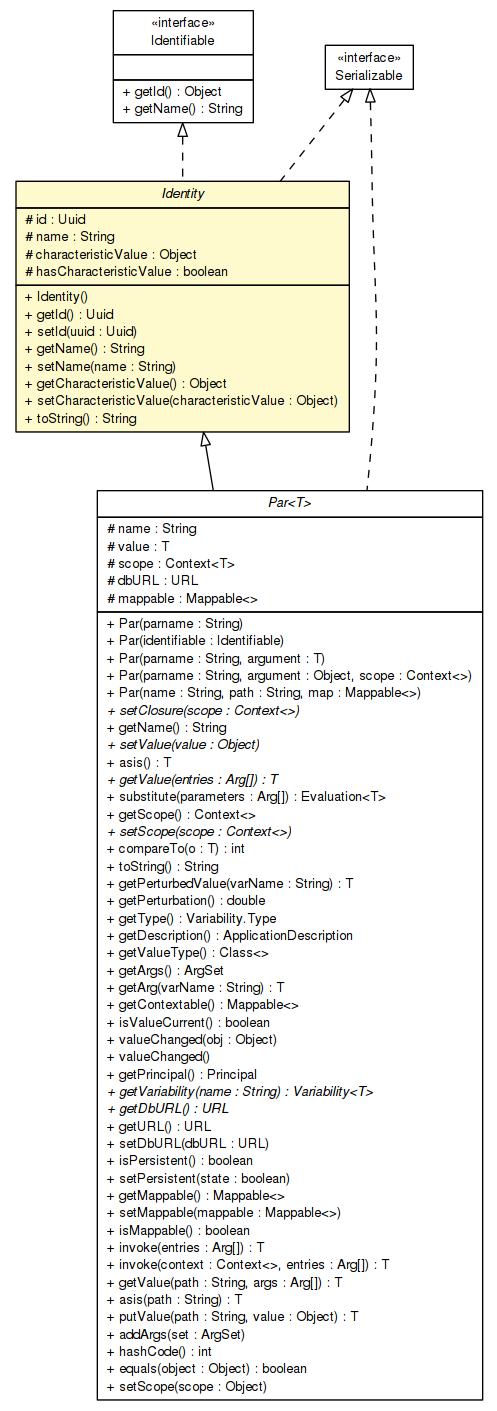
Above: apidocs/sorcer/service/Identity.png in sorcersoft/sorcersoft.github.io (Graphviz), before the change. Its source is kept beside it as apidocs/sorcer/service/Identity.dot.
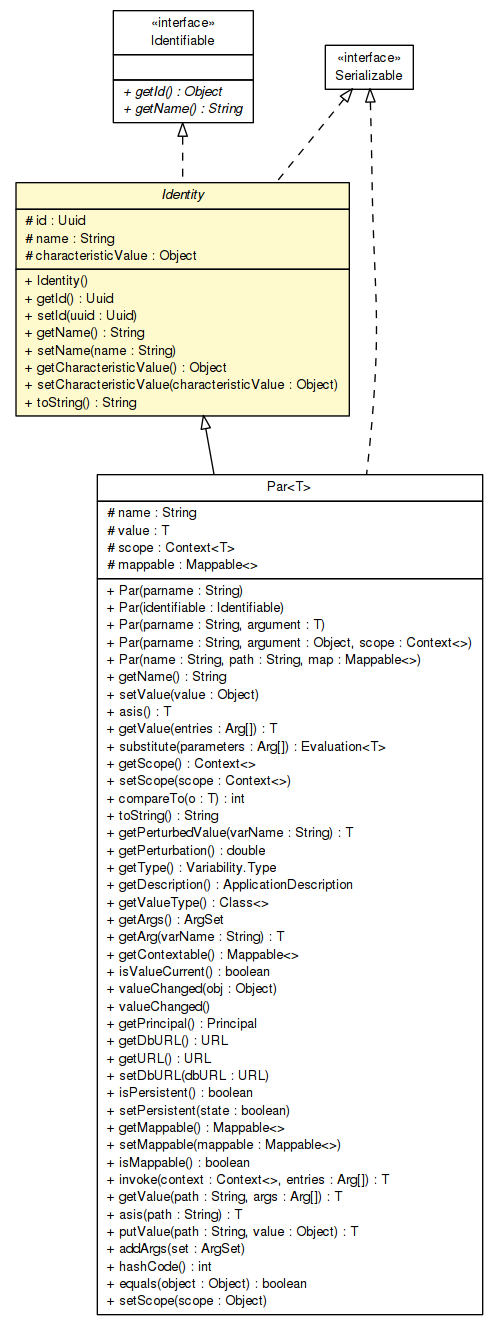
Above is the later version.

Diff of the diagram source:
```diff
@@ -4,7 +4,7 @@
 	node [fontname="Helvetica",fontsize=10,shape=plaintext];
 	nodesep=0.25;
 	ranksep=0.5;
-	c274441 [label=<<table title="sorcer.service.Identity" border="0" cellborder="1" cellspacing="0" cellpadding="2" port="p" bgcolor="lemonChiffon" href="./Identity.html">
+	c289632 [label=<<table title="sorcer.service.Identity" border="0" cellborder="1" cellspacing="0" cellpadding="2" port="p" bgcolor="lemonChiffon" href="./Identity.html">
 		<tr><td><table border="0" cellspacing="0" cellpadding="1">
 <tr><td align="center" balign="center"><font face="Helvetica-Oblique"> Identity </font></td></tr>
 		</table></td></tr>
@@ -12,7 +12,6 @@
 <tr><td align="left" balign="left"> # id : Uuid </td></tr>
 <tr><td align="left" balign="left"> # name : String </td></tr>
 <tr><td align="left" balign="left"> # characteristicValue : Object </td></tr>
-<tr><td align="left" balign="left"> # hasCharacteristicValue : boolean </td></tr>
 		</table></td></tr>
 		<tr><td><table border="0" cellspacing="0" cellpadding="1">
 <tr><td align="left" balign="left"> + Identity() </td></tr>
@@ -25,7 +24,7 @@
 <tr><td align="left" balign="left"> + toString() : String </td></tr>
 		</table></td></tr>
 		</table>>, URL="./Identity.html", fontname="Helvetica", fontcolor="black", fontsize=10.0];
-	c274446 [label=<<table title="sorcer.service.Identifiable" border="0" cellborder="1" cellspacing="0" cellpadding="2" port="p" href="./Identifiable.html">
+	c289644 [label=<<table title="sorcer.service.Identifiable" border="0" cellborder="1" cellspacing="0" cellpadding="2" port="p" href="./Identifiable.html">
 		<tr><td><table border="0" cellspacing="0" cellpadding="1">
 <tr><td align="center" balign="center"> &#171;interface&#187; </td></tr>
 <tr><td align="center" balign="center"> Identifiable </td></tr>
@@ -34,19 +33,18 @@
 <tr><td align="left" balign="left">  </td></tr>
 		</table></td></tr>
 		<tr><td><table border="0" cellspacing="0" cellpadding="1">
-<tr><td align="left" balign="left"> + getId() : Object </td></tr>
-<tr><td align="left" balign="left"> + getName() : String </td></tr>
+<tr><td align="left" balign="left"><font face="Helvetica-Oblique" point-size="10.0"> + getId() : Object </font></td></tr>
+<tr><td align="left" balign="left"><font face="Helvetica-Oblique" point-size="10.0"> + getName() : String </font></td></tr>
 		</table></td></tr>
 		</table>>, URL="./Identifiable.html", fontname="Helvetica", fontcolor="black", fontsize=10.0];
-	c274514 [label=<<table title="sorcer.core.context.model.par.Par" border="0" cellborder="1" cellspacing="0" cellpadding="2" port="p" href="../core/context/model/par/Par.html">
+	c289842 [label=<<table title="sorcer.core.context.model.par.Par" border="0" cellborder="1" cellspacing="0" cellpadding="2" port="p" href="../core/context/model/par/Par.html">
 		<tr><td><table border="0" cellspacing="0" cellpadding="1">
-<tr><td align="center" balign="center"><font face="Helvetica-Oblique"> Par&lt;T&gt; </font></td></tr>
+<tr><td align="center" balign="center"> Par&lt;T&gt; </td></tr>
 		</table></td></tr>
 		<tr><td><table border="0" cellspacing="0" cellpadding="1">
 <tr><td align="left" balign="left"> # name : String </td></tr>
 <tr><td align="left" balign="left"> # value : T </td></tr>
 <tr><td align="left" balign="left"> # scope : Context&lt;T&gt; </td></tr>
-<tr><td align="left" balign="left"> # dbURL : URL </td></tr>
 <tr><td align="left" balign="left"> # mappable : Mappable&lt;&gt; </td></tr>
 		</table></td></tr>
 		<tr><td><table border="0" cellspacing="0" cellpadding="1">
@@ -55,14 +53,13 @@
 <tr><td align="left" balign="left"> + Par(parname : String, argument : T) </td></tr>
 <tr><td align="left" balign="left"> + Par(parname : String, argument : Object, scope : Context&lt;&gt;) </td></tr>
 <tr><td align="left" balign="left"> + Par(name : String, path : String, map : Mappable&lt;&gt;) </td></tr>
-<tr><td align="left" balign="left"><font face="Helvetica-Oblique" point-size="10.0"> + setClosure(scope : Context&lt;&gt;) </font></td></tr>
 <tr><td align="left" balign="left"> + getName() : String </td></tr>
-<tr><td align="left" balign="left"><font face="Helvetica-Oblique" point-size="10.0"> + setValue(value : Object) </font></td></tr>
+<tr><td align="left" balign="left"> + setValue(value : Object) </td></tr>
 <tr><td align="left" balign="left"> + asis() : T </td></tr>
-<tr><td align="left" balign="left"><font face="Helvetica-Oblique" point-size="10.0"> + getValue(entries : Arg[]) : T </font></td></tr>
+<tr><td align="left" balign="left"> + getValue(entries : Arg[]) : T </td></tr>
 <tr><td align="left" balign="left"> + substitute(parameters : Arg[]) : Evaluation&lt;T&gt; </td></tr>
 <tr><td align="left" balign="left"> + getScope() : Context&lt;&gt; </td></tr>
-<tr><td align="left" balign="left"><font face="Helvetica-Oblique" point-size="10.0"> + setScope(scope : Context&lt;&gt;) </font></td></tr>
+<tr><td align="left" balign="left"> + setScope(scope : Context&lt;&gt;) </td></tr>
 <tr><td align="left" balign="left"> + compareTo(o : T) : int </td></tr>
 <tr><td align="left" balign="left"> + toString() : String </td></tr>
 <tr><td align="left" balign="left"> + getPerturbedValue(varName : String) : T </td></tr>
@@ -77,8 +74,7 @@
 <tr><td align="left" balign="left"> + valueChanged(obj : Object) </td></tr>
 <tr><td align="left" balign="left"> + valueChanged() </td></tr>
 <tr><td align="left" balign="left"> + getPrincipal() : Principal </td></tr>
-<tr><td align="left" balign="left"><font face="Helvetica-Oblique" point-size="10.0"> + getVariability(name : String) : Variability&lt;T&gt; </font></td></tr>
-<tr><td align="left" balign="left"><font face="Helvetica-Oblique" point-size="10.0"> + getDbURL() : URL </font></td></tr>
+<tr><td align="left" balign="left"> + getDbURL() : URL </td></tr>
 <tr><td align="left" balign="left"> + getURL() : URL </td></tr>
 <tr><td align="left" balign="left"> + setDbURL(dbURL : URL) </td></tr>
 <tr><td align="left" balign="left"> + isPersistent() : boolean </td></tr>
@@ -86,7 +82,6 @@
 <tr><td align="left" balign="left"> + getMappable() : Mappable&lt;&gt; </td></tr>
 <tr><td align="left" balign="left"> + setMappable(mappable : Mappable&lt;&gt;) </td></tr>
 <tr><td align="left" balign="left"> + isMappable() : boolean </td></tr>
-<tr><td align="left" balign="left"> + invoke(entries : Arg[]) : T </td></tr>
 <tr><td align="left" balign="left"> + invoke(context : Context&lt;&gt;, entries : Arg[]) : T </td></tr>
 <tr><td align="left" balign="left"> + getValue(path : String, args : Arg[]) : T </td></tr>
 <tr><td align="left" balign="left"> + asis(path : String) : T </td></tr>
@@ -97,11 +92,11 @@
 <tr><td align="left" balign="left"> + setScope(scope : Object) </td></tr>
 		</table></td></tr>
 		</table>>, URL="../core/context/model/par/Par.html", fontname="Helvetica", fontcolor="black", fontsize=10.0];
-	c275011:p -> c274441:p [dir=back,arrowtail=empty,style=dashed];
-	c274446:p -> c274441:p [dir=back,arrowtail=empty,style=dashed];
-	c274441:p -> c274514:p [dir=back,arrowtail=empty];
-	c275011:p -> c274514:p [dir=back,arrowtail=empty,style=dashed];
-	c275011 [label=<<table title="java.io.Serializable" border="0" cellborder="1" cellspacing="0" cellpadding="2" port="p" href="http://docs.oracle.com/javase/7/docs/api/java/io/Serializable.html">
+	c290148:p -> c289632:p [dir=back,arrowtail=empty,style=dashed];
+	c289644:p -> c289632:p [dir=back,arrowtail=empty,style=dashed];
+	c289632:p -> c289842:p [dir=back,arrowtail=empty];
+	c290148:p -> c289842:p [dir=back,arrowtail=empty,style=dashed];
+	c290148 [label=<<table title="java.io.Serializable" border="0" cellborder="1" cellspacing="0" cellpadding="2" port="p" href="http://docs.oracle.com/javase/7/docs/api/java/io/Serializable.html">
 		<tr><td><table border="0" cellspacing="0" cellpadding="1">
 <tr><td align="center" balign="center"> &#171;interface&#187; </td></tr>
 <tr><td align="center" balign="center"> Serializable </td></tr>
```
